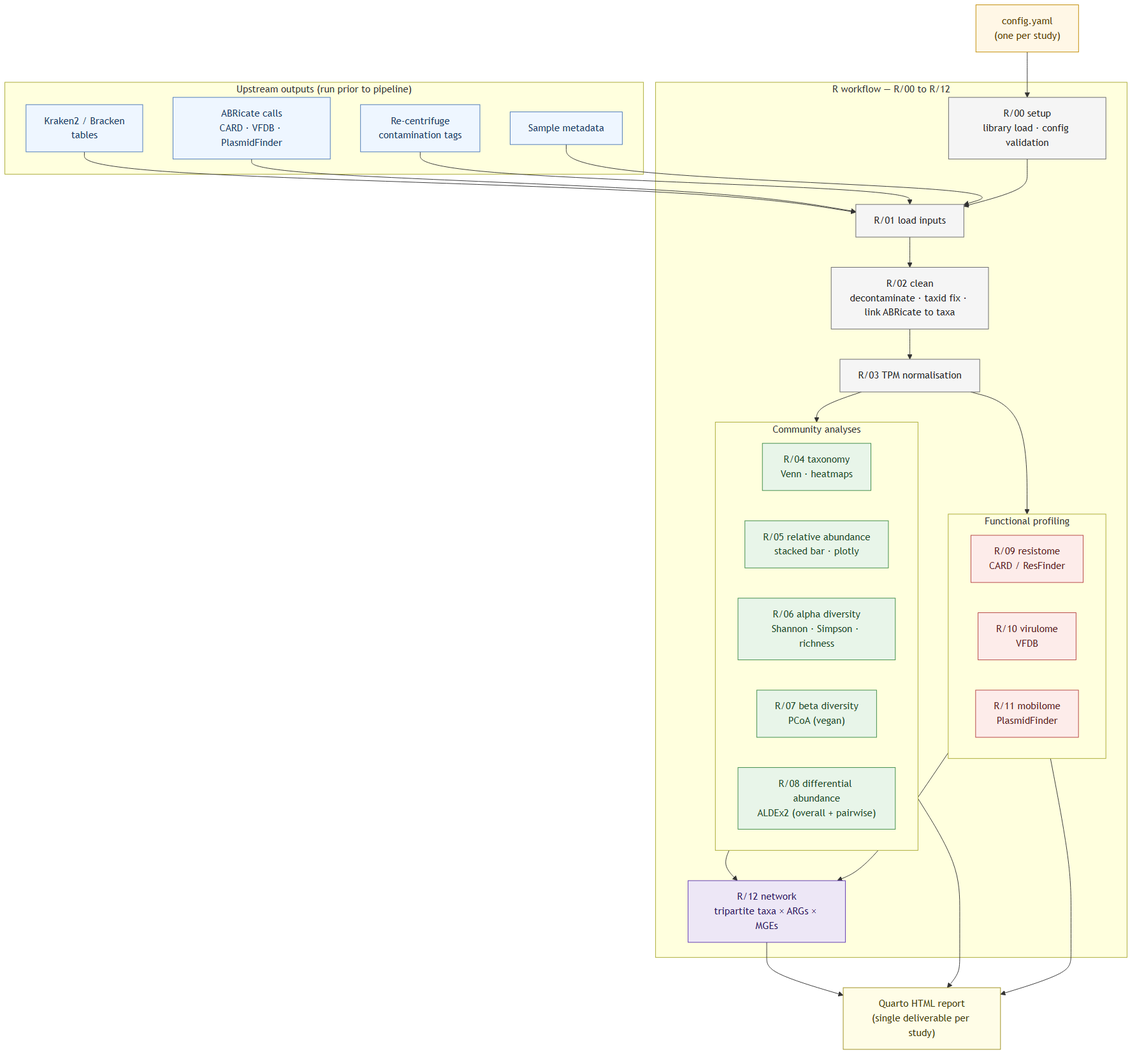
Julio92-C/meridian keeps this Mermaid diagram as docs/manuscript/figure1_pipeline_schematic.png. Above is the earlier version. Its source is kept beside it as docs/manuscript/figure1_pipeline_schematic.mmd.
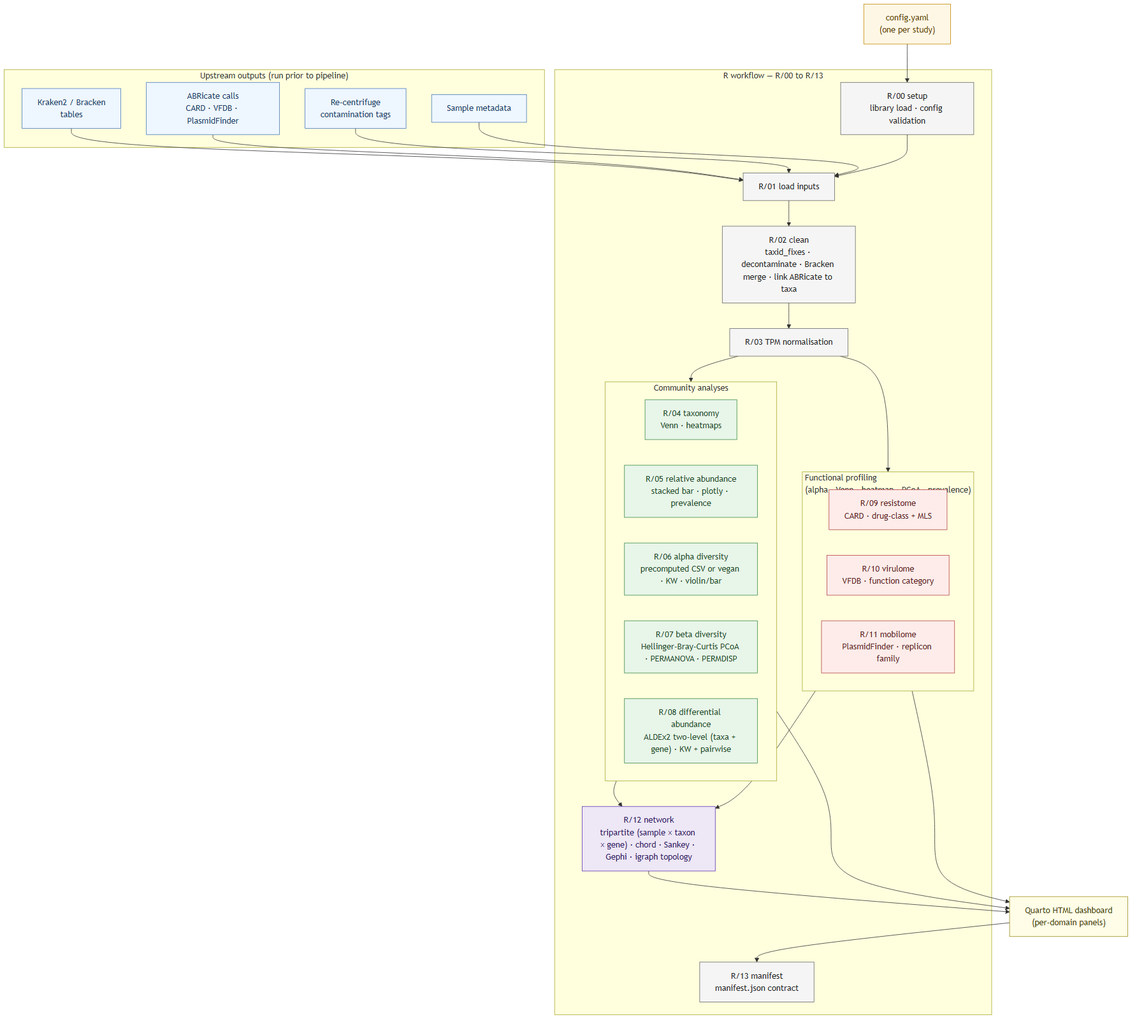
The same diagram one commit later.

Commit message:
docs(manuscript): sync applications note with R/13 manifest + post-rewrite pipeline

What changed in the source:
```diff
@@ -16,30 +16,31 @@
 
     CFG["config.yaml<br/>(one per study)"]:::cfg
 
-    subgraph PIPE["R workflow — R/00 to R/12"]
+    subgraph PIPE["R workflow — R/00 to R/13"]
         S0["R/00 setup<br/>library load · config validation"]:::stage
         S1["R/01 load inputs"]:::stage
-        S2["R/02 clean<br/>decontaminate · taxid fix · link ABRicate to taxa"]:::stage
+        S2["R/02 clean<br/>taxid_fixes · decontaminate · Bracken merge · link ABRicate to taxa"]:::stage
         S3["R/03 TPM normalisation"]:::stage
 
         subgraph COMM["Community analyses"]
             S4["R/04 taxonomy<br/>Venn · heatmaps"]:::comm
-            S5["R/05 relative abundance<br/>stacked bar · plotly"]:::comm
-            S6["R/06 alpha diversity<br/>Shannon · Simpson · richness"]:::comm
-            S7["R/07 beta diversity<br/>PCoA (vegan)"]:::comm
-            S8["R/08 differential abundance<br/>ALDEx2 (overall + pairwise)"]:::comm
+            S5["R/05 relative abundance<br/>stacked bar · plotly · prevalence"]:::comm
+            S6["R/06 alpha diversity<br/>precomputed CSV or vegan · KW · violin/bar"]:::comm
+            S7["R/07 beta diversity<br/>Hellinger-Bray-Curtis PCoA · PERMANOVA · PERMDISP"]:::comm
+            S8["R/08 differential abundance<br/>ALDEx2 two-level (taxa + gene) · KW + pairwise"]:::comm
         end
 
-        subgraph FUNC["Functional profiling"]
-            S9["R/09 resistome<br/>CARD / ResFinder"]:::func
-            S10["R/10 virulome<br/>VFDB"]:::func
-            S11["R/11 mobilome<br/>PlasmidFinder"]:::func
+        subgraph FUNC["Functional profiling<br/>(alpha · Venn · heatmap · PCoA · prevalence)"]
+            S9["R/09 resistome<br/>CARD · drug-class + MLS"]:::func
+            S10["R/10 virulome<br/>VFDB · function category"]:::func
+            S11["R/11 mobilome<br/>PlasmidFinder · replicon family"]:::func
         end
 
-        S12["R/12 network<br/>tripartite taxa &times; ARGs &times; MGEs"]:::net
+        S12["R/12 network<br/>tripartite (sample &times; taxon &times; gene) · chord · Sankey · Gephi · igraph topology"]:::net
+        S13["R/13 manifest<br/>manifest.json contract"]:::stage
     end
 
-    QR["Quarto HTML report<br/>(single deliverable per study)"]:::out
+    QR["Quarto HTML dashboard<br/>(per-domain panels)"]:::out
 
     CFG --> S0
     K --> S1
@@ -56,3 +57,4 @@
     COMM --> QR
     FUNC --> QR
     S12 --> QR
+    QR --> S13
```
